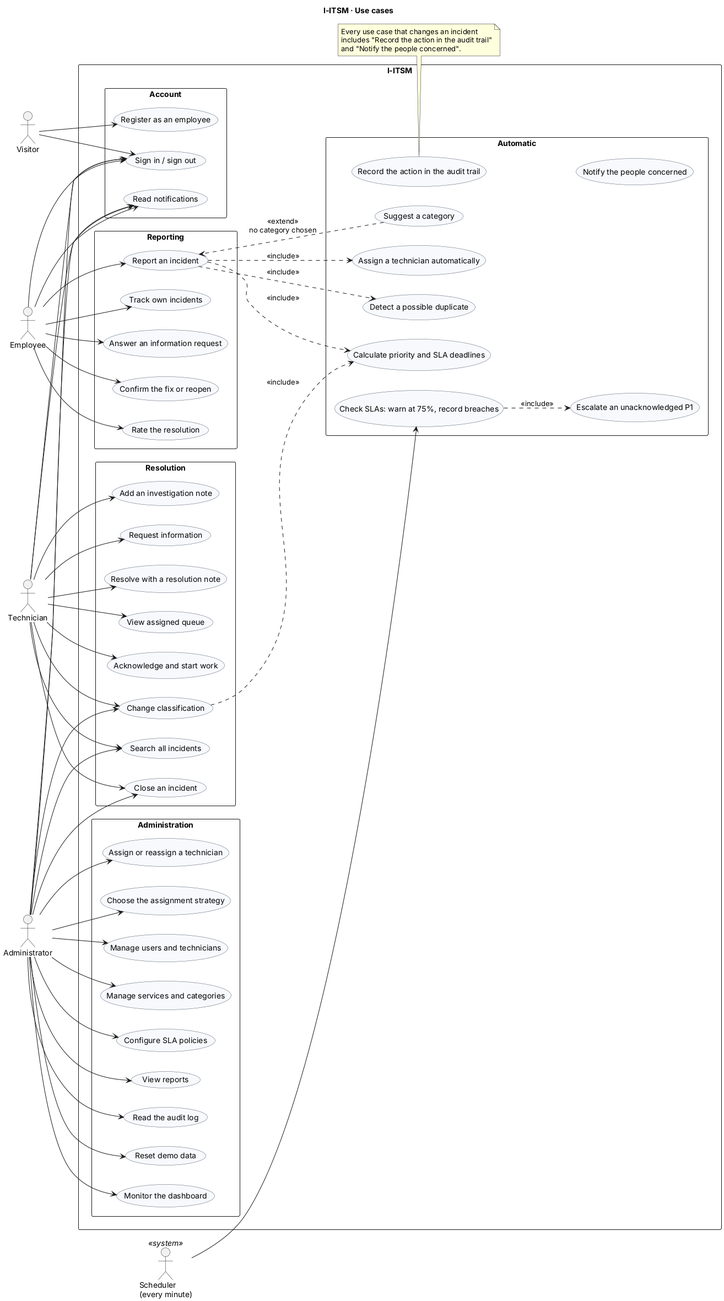
Earlier version of the PlantUML export docs/diagrams/use-case.png (PresidentOfBirTawil/itsm). Source of this version:
```plantuml
@startuml use-case
title I-ITSM · Use cases

left to right direction
skinparam packageStyle rectangle
skinparam shadowing false
skinparam usecase {
  BackgroundColor #F7F9FC
  BorderColor #4A5568
}

actor "Visitor" as Visitor
actor "Employee" as Employee
actor "Technician" as Technician
actor "Administrator" as Admin
actor "Scheduler\n(every minute)" as Timer <<system>>

rectangle "I-ITSM" {

  package "Account" {
    usecase "Register as an employee" as UC_Register
    usecase "Sign in / sign out" as UC_Login
    usecase "Read notifications" as UC_Notifications
  }

  package "Reporting" {
    usecase "Report an incident" as UC_Report
    usecase "Track own incidents" as UC_Track
    usecase "Answer an information request" as UC_Answer
    usecase "Confirm the fix or reopen" as UC_Verify
    usecase "Rate the resolution" as UC_Rate
  }

  package "Resolution" {
    usecase "View assigned queue" as UC_Queue
    usecase "Acknowledge and start work" as UC_Ack
    usecase "Add an investigation note" as UC_Note
    usecase "Request information" as UC_Request
    usecase "Resolve with a resolution note" as UC_Resolve
    usecase "Change classification" as UC_Reclassify
    usecase "Search all incidents" as UC_Search
    usecase "Close an incident" as UC_Close
  }

  package "Administration" {
    usecase "Monitor the dashboard" as UC_Dashboard
    usecase "Assign or reassign a technician" as UC_Assign
    usecase "Choose the assignment strategy" as UC_Strategy
    usecase "Manage users and technicians" as UC_Users
    usecase "Manage services and categories" as UC_Catalogue
    usecase "Configure SLA policies" as UC_Sla
    usecase "View reports" as UC_Reports
    usecase "Read the audit log" as UC_Audit
    usecase "Reset demo data" as UC_Reset
  }

  package "Automatic" {
    usecase "Calculate priority and SLA deadlines" as UC_Priority
    usecase "Suggest a category" as UC_Suggest
    usecase "Detect a possible duplicate" as UC_Duplicate
    usecase "Assign a technician automatically" as UC_AutoAssign
    usecase "Record the action in the audit trail" as UC_Trail
    usecase "Notify the people concerned" as UC_Notify
    usecase "Check SLAs: warn at 75%, record breaches" as UC_Check
    usecase "Escalate an unacknowledged P1" as UC_Escalate
  }
}

Visitor --> UC_Register
Visitor --> UC_Login

Employee --> UC_Login
Employee --> UC_Notifications
Employee --> UC_Report
Employee --> UC_Track
Employee --> UC_Answer
Employee --> UC_Verify
Employee --> UC_Rate

Technician --> UC_Login
Technician --> UC_Notifications
Technician --> UC_Queue
Technician --> UC_Ack
Technician --> UC_Note
Technician --> UC_Request
Technician --> UC_Resolve
Technician --> UC_Reclassify
Technician --> UC_Search
Technician --> UC_Close

Admin --> UC_Login
Admin --> UC_Notifications
Admin --> UC_Dashboard
Admin --> UC_Assign
Admin --> UC_Strategy
Admin --> UC_Users
Admin --> UC_Catalogue
Admin --> UC_Sla
Admin --> UC_Reports
Admin --> UC_Audit
Admin --> UC_Reset
Admin --> UC_Search
Admin --> UC_Reclassify
Admin --> UC_Close

Timer --> UC_Check

UC_Report ..> UC_Priority : <<include>>
UC_Report ..> UC_AutoAssign : <<include>>
UC_Report ..> UC_Duplicate : <<include>>
UC_Suggest ..> UC_Report : <<extend>>\nno category chosen
UC_Reclassify ..> UC_Priority : <<include>>
UC_Check ..> UC_Escalate : <<include>>

note bottom of UC_Trail
  Every use case that changes an incident
  includes "Record the action in the audit trail"
  and "Notify the people concerned".
end note
UC_Trail -[hidden]- UC_Notify
@enduml
```
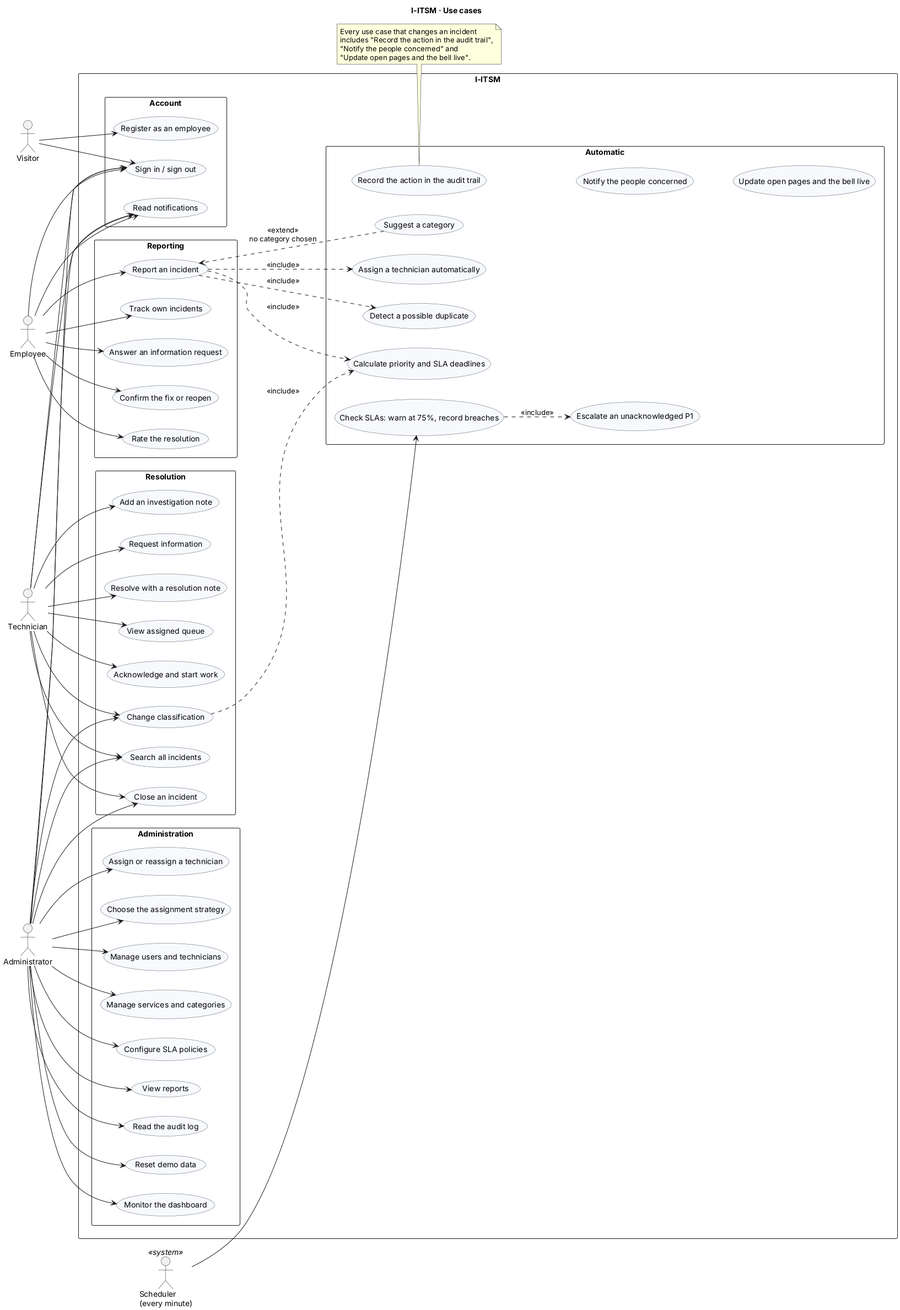
Above is the later version.

Diff of the diagram source:
```diff
@@ -61,6 +61,7 @@
     usecase "Assign a technician automatically" as UC_AutoAssign
     usecase "Record the action in the audit trail" as UC_Trail
     usecase "Notify the people concerned" as UC_Notify
+    usecase "Update open pages and the bell live" as UC_Live
     usecase "Check SLAs: warn at 75%, record breaches" as UC_Check
     usecase "Escalate an unacknowledged P1" as UC_Escalate
   }
@@ -114,8 +115,10 @@
 
 note bottom of UC_Trail
   Every use case that changes an incident
-  includes "Record the action in the audit trail"
-  and "Notify the people concerned".
+  includes "Record the action in the audit trail",
+  "Notify the people concerned" and
+  "Update open pages and the bell live".
 end note
 UC_Trail -[hidden]- UC_Notify
+UC_Notify -[hidden]- UC_Live
 @enduml
```
